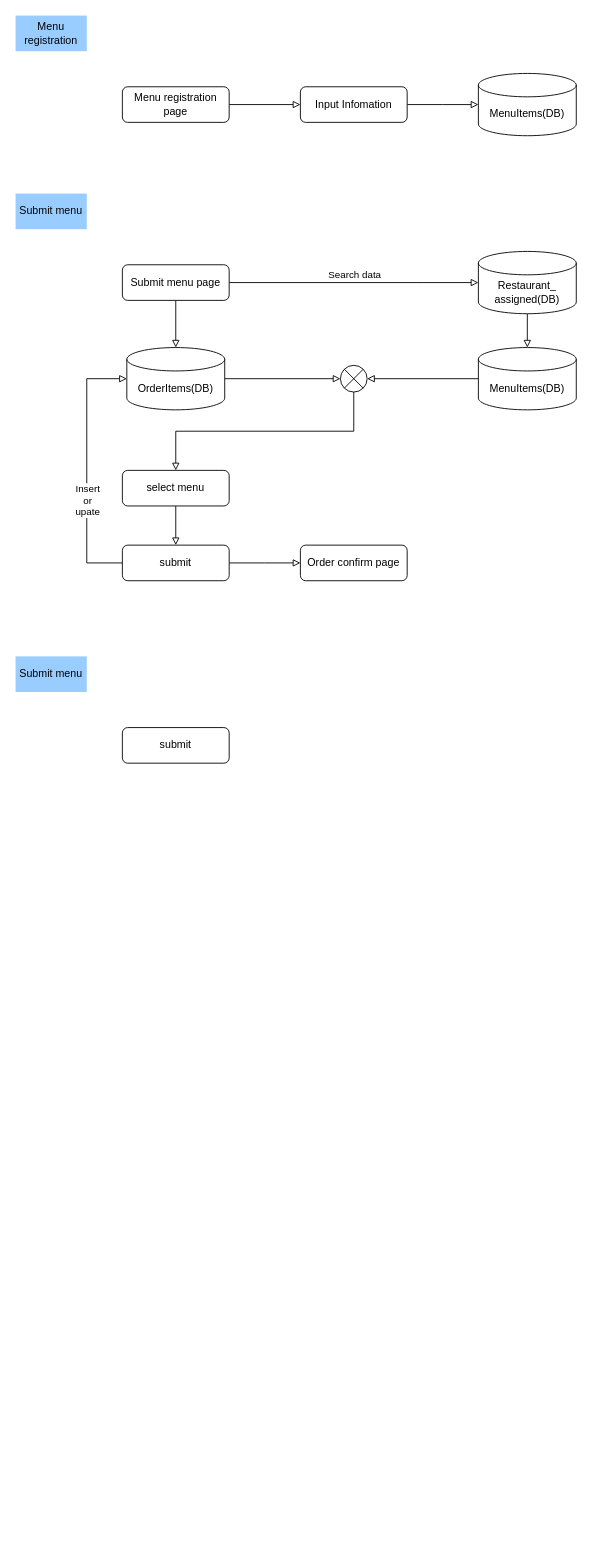
Above: page "User" (2 of 3) of project_info/Service_flow/service_flow_login.drawio in Seonjeongwan/SEONSHINE (draw.io), before the change. Source tidied: cells renumbered, new cells numbered last; positions are measured from the earlier drawing's top-left corner, leaving out a move shared by most shapes. Both pictures are drawn from the tidied source at 89%, with x=0, y=0 at pixel (15, 15).
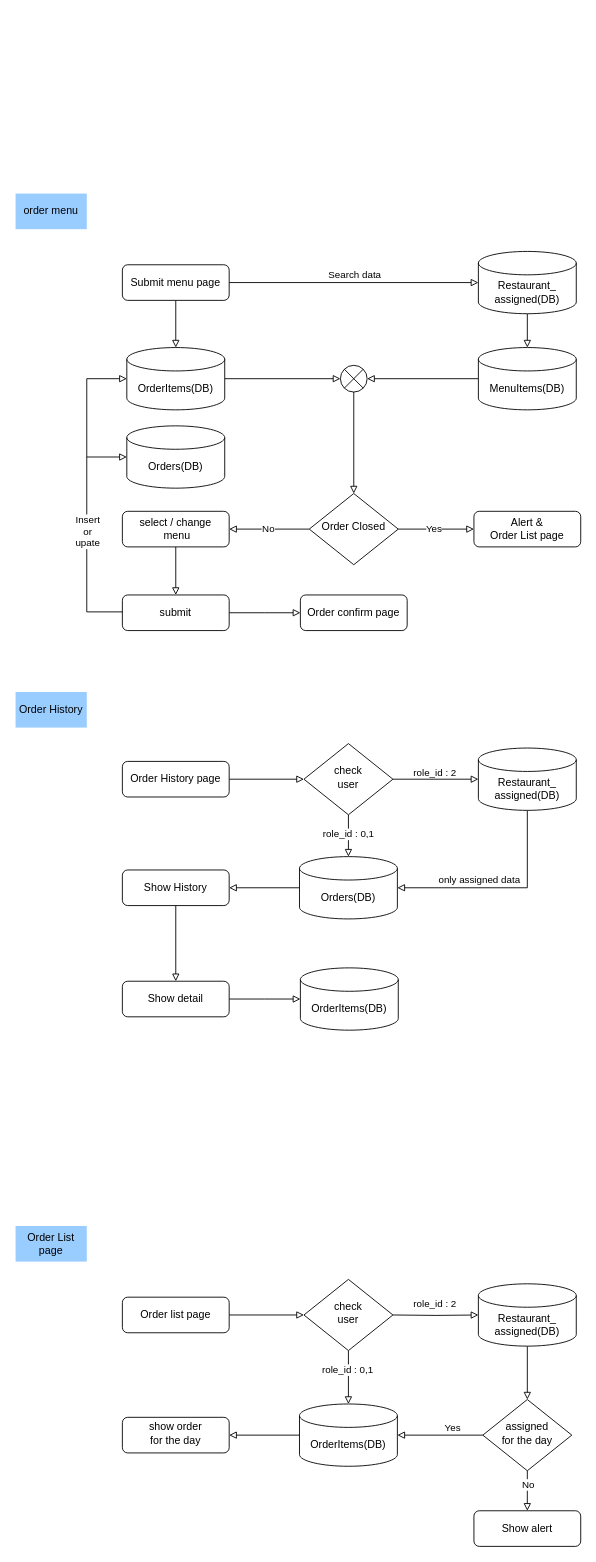
The same page after the edit.

Unchanged cells that the change refers to:
```xml
<mxCell id="12" value="Submit menu page" style="rounded=1;whiteSpace=wrap;html=1;" parent="1" vertex="1">
  <mxGeometry x="120" y="280" width="120" height="40" as="geometry" />
</mxCell>
<mxCell id="14" value="Restaurant_&lt;br&gt;assigned(DB)" style="shape=cylinder3;whiteSpace=wrap;html=1;boundedLbl=1;backgroundOutline=1;size=13.150943396226467;" parent="1" vertex="1">
  <mxGeometry x="520" y="265" width="110" height="70" as="geometry" />
</mxCell>
<mxCell id="20" value="OrderItems(DB)" style="shape=cylinder3;whiteSpace=wrap;html=1;boundedLbl=1;backgroundOutline=1;size=13.150943396226467;" parent="1" vertex="1">
  <mxGeometry x="125" y="373" width="110" height="70" as="geometry" />
</mxCell>
<mxCell id="22" style="shape=sumEllipse;perimeter=ellipsePerimeter;whiteSpace=wrap;html=1;backgroundOutline=1;" parent="1" vertex="1">
  <mxGeometry x="365" y="393" width="30" height="30" as="geometry" />
</mxCell>
```

The edit, as a diff of the source:
```diff
@@
-    <mxCell id="2" value="Menu registration" style="text;html=1;align=center;verticalAlign=middle;whiteSpace=wrap;rounded=0;fillColor=#99CCFF;" parent="1" vertex="1">
-      <mxGeometry width="80" height="40" as="geometry" />
-    </mxCell>
-    <mxCell id="3" style="edgeStyle=orthogonalEdgeStyle;rounded=0;html=1;entryX=0;entryY=0.5;entryDx=0;entryDy=0;endArrow=block;endFill=0;" parent="1" edge="1" source="4" target="6">
-      <mxGeometry relative="1" as="geometry" />
-    </mxCell>
-    <mxCell id="4" value="Menu registration page" style="rounded=1;whiteSpace=wrap;html=1;" parent="1" vertex="1">
-      <mxGeometry x="120" y="80" width="120" height="40" as="geometry" />
-    </mxCell>
-    <mxCell id="5" style="edgeStyle=orthogonalEdgeStyle;rounded=0;html=1;entryX=0;entryY=0.5;entryDx=0;entryDy=0;endArrow=block;endFill=0;" parent="1" edge="1" source="6">
-      <mxGeometry relative="1" as="geometry">
-        <mxPoint x="520" y="100" as="targetPoint" />
-      </mxGeometry>
-    </mxCell>
-    <mxCell id="6" value="Input Infomation" style="rounded=1;whiteSpace=wrap;html=1;" parent="1" vertex="1">
-      <mxGeometry x="320" y="80" width="120" height="40" as="geometry" />
-    </mxCell>
-    <mxCell id="7" value="MenuItems(DB)" style="shape=cylinder3;whiteSpace=wrap;html=1;boundedLbl=1;backgroundOutline=1;size=13.150943396226467;" parent="1" vertex="1">
-      <mxGeometry x="520" y="65" width="110" height="70" as="geometry" />
-    </mxCell>
-    <mxCell id="8" value="Submit menu" style="text;html=1;align=center;verticalAlign=middle;whiteSpace=wrap;rounded=0;fillColor=#99CCFF;" parent="1" vertex="1">
+    <mxCell id="8" value="order menu" style="text;html=1;align=center;verticalAlign=middle;whiteSpace=wrap;rounded=0;fillColor=#99CCFF;" parent="1" vertex="1">
       <mxGeometry y="200" width="80" height="40" as="geometry" />
     </mxCell>
-    <mxCell id="9" style="edgeStyle=orthogonalEdgeStyle;rounded=0;html=1;endArrow=block;endFill=0;" parent="1" edge="1" source="12" target="14">
-      <mxGeometry relative="1" as="geometry">
-        <Array as="points">
-          <mxPoint x="450" y="300" />
-          <mxPoint x="450" y="300" />
-        </Array>
-      </mxGeometry>
+    <mxCell id="9" style="edgeStyle=orthogonalEdgeStyle;rounded=0;html=1;endArrow=block;endFill=0;entryX=0;entryY=0.5;entryDx=0;entryDy=0;entryPerimeter=0;" parent="1" edge="1" source="12" target="14">
+      <mxGeometry relative="1" as="geometry" />
     </mxCell>
@@
-    <mxCell id="18" value="select menu" style="rounded=1;whiteSpace=wrap;html=1;" parent="1" vertex="1">
-      <mxGeometry x="120" y="511" width="120" height="40" as="geometry" />
+    <mxCell id="18" value="select / change&lt;br&gt;&amp;nbsp;menu" style="rounded=1;whiteSpace=wrap;html=1;" parent="1" vertex="1">
+      <mxGeometry x="120" y="557" width="120" height="40" as="geometry" />
     </mxCell>
@@
-    <mxCell id="21" style="edgeStyle=orthogonalEdgeStyle;rounded=0;html=1;entryX=0.5;entryY=0;entryDx=0;entryDy=0;endArrow=block;endFill=0;exitX=0.5;exitY=1;exitDx=0;exitDy=0;" parent="1" edge="1" source="22" target="18">
+    <mxCell id="21" style="edgeStyle=orthogonalEdgeStyle;rounded=0;html=1;entryX=0.5;entryY=0;entryDx=0;entryDy=0;endArrow=block;endFill=0;exitX=0.5;exitY=1;exitDx=0;exitDy=0;" parent="1" edge="1" source="22" target="35">
       <mxGeometry relative="1" as="geometry" />
     </mxCell>
@@
     <mxCell id="23" style="edgeStyle=orthogonalEdgeStyle;rounded=0;html=1;entryX=0;entryY=0.5;entryDx=0;entryDy=0;entryPerimeter=0;endArrow=block;endFill=0;exitX=0;exitY=0.5;exitDx=0;exitDy=0;" parent="1" edge="1" source="26" target="20">
       <mxGeometry relative="1" as="geometry">
         <Array as="points">
-          <mxPoint x="80" y="615" />
+          <mxPoint x="120" y="670" />
+          <mxPoint x="80" y="670" />
           <mxPoint x="80" y="408" />
         </Array>
       </mxGeometry>
     </mxCell>
@@
     <mxCell id="25" style="edgeStyle=orthogonalEdgeStyle;rounded=0;html=1;endArrow=block;endFill=0;" parent="1" edge="1" source="26">
       <mxGeometry relative="1" as="geometry">
-        <mxPoint x="320" y="615" as="targetPoint" />
+        <mxPoint x="320" y="671" as="targetPoint" />
       </mxGeometry>
     </mxCell>
+    <mxCell id="30" style="html=1;entryX=0;entryY=0.5;entryDx=0;entryDy=0;rounded=0;endArrow=block;endFill=0;entryPerimeter=0;" parent="1" edge="1" target="38">
+      <mxGeometry relative="1" as="geometry">
+        <mxPoint x="80" y="496" as="sourcePoint" />
+      </mxGeometry>
+    </mxCell>
     <mxCell id="26" value="submit" style="rounded=1;whiteSpace=wrap;html=1;" parent="1" vertex="1">
-      <mxGeometry x="120" y="595" width="120" height="40" as="geometry" />
+      <mxGeometry x="120" y="651" width="120" height="40" as="geometry" />
     </mxCell>
     <mxCell id="27" value="Order confirm page" style="rounded=1;whiteSpace=wrap;html=1;" parent="1" vertex="1">
-      <mxGeometry x="320" y="595" width="120" height="40" as="geometry" />
+      <mxGeometry x="320" y="651" width="120" height="40" as="geometry" />
     </mxCell>
+    <mxCell id="31" style="edgeStyle=none;rounded=0;html=1;entryX=0;entryY=0.5;entryDx=0;entryDy=0;endArrow=block;endFill=0;" parent="1" edge="1" source="28" target="66">
+      <mxGeometry relative="1" as="geometry" />
+    </mxCell>
-    <mxCell id="28" value="submit" style="rounded=1;whiteSpace=wrap;html=1;" parent="1" vertex="1">
-      <mxGeometry x="120" y="800" width="120" height="40" as="geometry" />
+    <mxCell id="28" value="Order History page" style="rounded=1;whiteSpace=wrap;html=1;" parent="1" vertex="1">
+      <mxGeometry x="120" y="838" width="120" height="40" as="geometry" />
     </mxCell>
-    <mxCell id="29" value="Submit menu" style="text;html=1;align=center;verticalAlign=middle;whiteSpace=wrap;rounded=0;fillColor=#99CCFF;" parent="1" vertex="1">
-      <mxGeometry y="720" width="80" height="40" as="geometry" />
+    <mxCell id="29" value="Order History" style="text;html=1;align=center;verticalAlign=middle;whiteSpace=wrap;rounded=0;fillColor=#99CCFF;" parent="1" vertex="1">
+      <mxGeometry y="760" width="80" height="40" as="geometry" />
     </mxCell>
+    <mxCell id="32" style="edgeStyle=orthogonalEdgeStyle;rounded=0;html=1;entryX=1;entryY=0.5;entryDx=0;entryDy=0;endArrow=block;endFill=0;exitX=0;exitY=0.5;exitDx=0;exitDy=0;" parent="1" edge="1" source="35" target="18">
+      <mxGeometry x="-1" y="-140" relative="1" as="geometry">
+        <mxPoint x="140" y="134" as="offset" />
+      </mxGeometry>
+    </mxCell>
+    <mxCell id="33" value="No" style="edgeLabel;html=1;align=center;verticalAlign=middle;" parent="32" vertex="1">
+      <mxGeometry x="0.04" y="-3" relative="1" as="geometry">
+        <mxPoint y="2" as="offset" />
+      </mxGeometry>
+    </mxCell>
+    <mxCell id="34" value="Yes" style="edgeStyle=orthogonalEdgeStyle;rounded=0;html=1;endArrow=block;endFill=0;entryX=0;entryY=0.5;entryDx=0;entryDy=0;" parent="1" edge="1">
+      <mxGeometry x="-0.06" relative="1" as="geometry">
+        <mxPoint x="430" y="577" as="sourcePoint" />
+        <mxPoint x="515" y="577" as="targetPoint" />
+      </mxGeometry>
+    </mxCell>
+    <mxCell id="35" value="Order Closed" style="rhombus;whiteSpace=wrap;html=1;shadow=0;fontFamily=Helvetica;fontSize=12;align=center;strokeWidth=1;spacing=6;spacingTop=-4;" parent="1" vertex="1">
+      <mxGeometry x="330" y="537" width="100" height="80" as="geometry" />
+    </mxCell>
+    <mxCell id="36" value="Alert &amp;amp;&lt;br&gt;Order List page" style="rounded=1;whiteSpace=wrap;html=1;" parent="1" vertex="1">
+      <mxGeometry x="515" y="557" width="120" height="40" as="geometry" />
+    </mxCell>
+    <mxCell id="37" style="edgeStyle=orthogonalEdgeStyle;rounded=0;html=1;entryX=1;entryY=0.5;entryDx=0;entryDy=0;endArrow=block;endFill=0;exitX=0;exitY=0.5;exitDx=0;exitDy=0;exitPerimeter=0;" parent="1" edge="1" source="67" target="40">
+      <mxGeometry relative="1" as="geometry" />
+    </mxCell>
+    <mxCell id="38" value="Orders(DB)" style="shape=cylinder3;whiteSpace=wrap;html=1;boundedLbl=1;backgroundOutline=1;size=13.150943396226467;" parent="1" vertex="1">
+      <mxGeometry x="125" y="461" width="110" height="70" as="geometry" />
+    </mxCell>
+    <mxCell id="39" style="edgeStyle=orthogonalEdgeStyle;rounded=0;html=1;endArrow=block;endFill=0;entryX=0.5;entryY=0;entryDx=0;entryDy=0;" parent="1" edge="1" source="40" target="42">
+      <mxGeometry relative="1" as="geometry" />
+    </mxCell>
+    <mxCell id="40" value="Show History" style="rounded=1;whiteSpace=wrap;html=1;" parent="1" vertex="1">
+      <mxGeometry x="120" y="960" width="120" height="40" as="geometry" />
+    </mxCell>
+    <mxCell id="41" style="edgeStyle=orthogonalEdgeStyle;rounded=0;html=1;endArrow=block;endFill=0;" parent="1" edge="1" source="42">
+      <mxGeometry relative="1" as="geometry">
+        <mxPoint x="320" y="1105" as="targetPoint" />
+      </mxGeometry>
+    </mxCell>
+    <mxCell id="42" value="Show detail" style="rounded=1;whiteSpace=wrap;html=1;" parent="1" vertex="1">
+      <mxGeometry x="120" y="1085" width="120" height="40" as="geometry" />
+    </mxCell>
+    <mxCell id="43" value="OrderItems(DB)" style="shape=cylinder3;whiteSpace=wrap;html=1;boundedLbl=1;backgroundOutline=1;size=13.150943396226467;" parent="1" vertex="1">
+      <mxGeometry x="320" y="1070" width="110" height="70" as="geometry" />
+    </mxCell>
+    <mxCell id="44" value="Order List page" style="text;html=1;align=center;verticalAlign=middle;whiteSpace=wrap;rounded=0;fillColor=#99CCFF;" parent="1" vertex="1">
+      <mxGeometry y="1360" width="80" height="40" as="geometry" />
+    </mxCell>
+    <mxCell id="45" style="edgeStyle=orthogonalEdgeStyle;rounded=0;html=1;entryX=0;entryY=0.5;entryDx=0;entryDy=0;endArrow=block;endFill=0;" parent="1" edge="1" source="46" target="50">
+      <mxGeometry relative="1" as="geometry" />
+    </mxCell>
+    <mxCell id="46" value="Order list page" style="rounded=1;whiteSpace=wrap;html=1;" parent="1" vertex="1">
+      <mxGeometry x="120" y="1440" width="120" height="40" as="geometry" />
+    </mxCell>
+    <mxCell id="47" style="edgeStyle=orthogonalEdgeStyle;rounded=0;html=1;endArrow=block;endFill=0;entryX=0.5;entryY=0;entryDx=0;entryDy=0;exitX=0.5;exitY=1;exitDx=0;exitDy=0;" parent="1" edge="1" source="64" target="51">
+      <mxGeometry relative="1" as="geometry" />
+    </mxCell>
+    <mxCell id="48" value="No" style="edgeLabel;html=1;align=center;verticalAlign=middle;" parent="47" vertex="1">
+      <mxGeometry x="-0.24" y="-4" relative="1" as="geometry">
+        <mxPoint x="4" y="-2" as="offset" />
+      </mxGeometry>
+    </mxCell>
+    <mxCell id="49" style="edgeStyle=orthogonalEdgeStyle;rounded=0;html=1;endArrow=block;endFill=0;" parent="1" edge="1">
+      <mxGeometry x="-0.33" relative="1" as="geometry">
+        <mxPoint x="374" y="1500" as="sourcePoint" />
+        <mxPoint x="374" y="1560" as="targetPoint" />
+      </mxGeometry>
+    </mxCell>
+    <mxCell id="50" value="check&lt;br&gt;user" style="rhombus;whiteSpace=wrap;html=1;shadow=0;fontFamily=Helvetica;fontSize=12;align=center;strokeWidth=1;spacing=6;spacingTop=-4;" parent="1" vertex="1">
+      <mxGeometry x="324" y="1420" width="100" height="80" as="geometry" />
+    </mxCell>
+    <mxCell id="51" value="Show alert" style="rounded=1;whiteSpace=wrap;html=1;" parent="1" vertex="1">
+      <mxGeometry x="515" y="1680" width="120" height="40" as="geometry" />
+    </mxCell>
+    <mxCell id="52" style="edgeStyle=orthogonalEdgeStyle;rounded=0;html=1;endArrow=block;endFill=0;exitX=0;exitY=0.5;exitDx=0;exitDy=0;exitPerimeter=0;" parent="1" edge="1" source="61" target="58">
+      <mxGeometry relative="1" as="geometry" />
+    </mxCell>
+    <mxCell id="53" value="role_id : 0,1" style="edgeLabel;html=1;align=center;verticalAlign=middle;" parent="52" vertex="1">
+      <mxGeometry x="-0.01" y="-1" relative="1" as="geometry">
+        <mxPoint x="92" y="-73" as="offset" />
+      </mxGeometry>
+    </mxCell>
+    <mxCell id="54" value="role_id : 2" style="edgeLabel;html=1;align=center;verticalAlign=middle;" parent="52" vertex="1">
+      <mxGeometry x="-0.01" y="-1" relative="1" as="geometry">
+        <mxPoint x="190" y="-147" as="offset" />
+      </mxGeometry>
+    </mxCell>
+    <mxCell id="55" value="role_id : 2" style="edgeLabel;html=1;align=center;verticalAlign=middle;" parent="52" vertex="1">
+      <mxGeometry x="-0.01" y="-1" relative="1" as="geometry">
+        <mxPoint x="190" y="-744" as="offset" />
+      </mxGeometry>
+    </mxCell>
+    <mxCell id="56" value="only assigned data" style="edgeLabel;html=1;align=center;verticalAlign=middle;" parent="52" vertex="1">
+      <mxGeometry x="-0.01" y="-1" relative="1" as="geometry">
+        <mxPoint x="240" y="-624" as="offset" />
+      </mxGeometry>
+    </mxCell>
+    <mxCell id="57" style="edgeStyle=orthogonalEdgeStyle;rounded=0;html=1;entryX=0;entryY=0.5;entryDx=0;entryDy=0;entryPerimeter=0;endArrow=block;endFill=0;" parent="1" edge="1" target="60">
+      <mxGeometry relative="1" as="geometry">
+        <mxPoint x="424" y="1460" as="sourcePoint" />
+      </mxGeometry>
+    </mxCell>
+    <mxCell id="58" value="show order &lt;br&gt;for the day" style="rounded=1;whiteSpace=wrap;html=1;shadow=0;strokeWidth=1;spacing=6;spacingTop=-4;" parent="1" vertex="1">
+      <mxGeometry x="120" y="1575" width="120" height="40" as="geometry" />
+    </mxCell>
+    <mxCell id="59" style="edgeStyle=orthogonalEdgeStyle;rounded=0;html=1;entryX=0.5;entryY=0;entryDx=0;entryDy=0;endArrow=block;endFill=0;" parent="1" edge="1" source="60" target="64">
+      <mxGeometry relative="1" as="geometry" />
+    </mxCell>
+    <mxCell id="60" value="Restaurant_&lt;br&gt;assigned(DB)" style="shape=cylinder3;whiteSpace=wrap;html=1;boundedLbl=1;backgroundOutline=1;size=13.150943396226467;" parent="1" vertex="1">
+      <mxGeometry x="520" y="1425" width="110" height="70" as="geometry" />
+    </mxCell>
+    <mxCell id="61" value="OrderItems(DB)" style="shape=cylinder3;whiteSpace=wrap;html=1;boundedLbl=1;backgroundOutline=1;size=13.150943396226467;" parent="1" vertex="1">
+      <mxGeometry x="319" y="1560" width="110" height="70" as="geometry" />
+    </mxCell>
+    <mxCell id="62" style="edgeStyle=orthogonalEdgeStyle;rounded=0;html=1;entryX=1;entryY=0.5;entryDx=0;entryDy=0;entryPerimeter=0;endArrow=block;endFill=0;" parent="1" edge="1" source="64" target="61">
+      <mxGeometry relative="1" as="geometry" />
+    </mxCell>
+    <mxCell id="63" value="Yes" style="edgeLabel;html=1;align=center;verticalAlign=middle;" parent="62" vertex="1">
+      <mxGeometry x="-0.25" y="-2" relative="1" as="geometry">
+        <mxPoint x="1" y="-7" as="offset" />
+      </mxGeometry>
+    </mxCell>
+    <mxCell id="64" value="assigned&lt;br&gt;for the day" style="rhombus;whiteSpace=wrap;html=1;shadow=0;fontFamily=Helvetica;fontSize=12;align=center;strokeWidth=1;spacing=6;spacingTop=-4;" parent="1" vertex="1">
+      <mxGeometry x="525" y="1555" width="100" height="80" as="geometry" />
+    </mxCell>
+    <mxCell id="65" value="role_id : 0,1" style="edgeStyle=orthogonalEdgeStyle;rounded=0;html=1;entryX=0.5;entryY=0;entryDx=0;entryDy=0;entryPerimeter=0;endArrow=block;endFill=0;" parent="1" edge="1" source="66" target="67">
+      <mxGeometry x="-0.06" relative="1" as="geometry" />
+    </mxCell>
+    <mxCell id="66" value="check&lt;br&gt;user" style="rhombus;whiteSpace=wrap;html=1;shadow=0;fontFamily=Helvetica;fontSize=12;align=center;strokeWidth=1;spacing=6;spacingTop=-4;" parent="1" vertex="1">
+      <mxGeometry x="324" y="818" width="100" height="80" as="geometry" />
+    </mxCell>
+    <mxCell id="67" value="Orders(DB)" style="shape=cylinder3;whiteSpace=wrap;html=1;boundedLbl=1;backgroundOutline=1;size=13.150943396226467;" parent="1" vertex="1">
+      <mxGeometry x="319" y="945" width="110" height="70" as="geometry" />
+    </mxCell>
+    <mxCell id="68" style="edgeStyle=orthogonalEdgeStyle;rounded=0;html=1;entryX=0;entryY=0.5;entryDx=0;entryDy=0;entryPerimeter=0;endArrow=block;endFill=0;exitX=1;exitY=0.5;exitDx=0;exitDy=0;" parent="1" edge="1" source="66" target="70">
+      <mxGeometry relative="1" as="geometry" />
+    </mxCell>
+    <mxCell id="69" style="edgeStyle=orthogonalEdgeStyle;rounded=0;html=1;endArrow=block;endFill=0;entryX=1;entryY=0.5;entryDx=0;entryDy=0;entryPerimeter=0;exitX=0.5;exitY=1;exitDx=0;exitDy=0;exitPerimeter=0;" parent="1" edge="1" source="70" target="67">
+      <mxGeometry relative="1" as="geometry" />
+    </mxCell>
+    <mxCell id="70" value="Restaurant_&lt;br&gt;assigned(DB)" style="shape=cylinder3;whiteSpace=wrap;html=1;boundedLbl=1;backgroundOutline=1;size=13.150943396226467;" parent="1" vertex="1">
+      <mxGeometry x="520" y="823" width="110" height="70" as="geometry" />
+    </mxCell>
```
